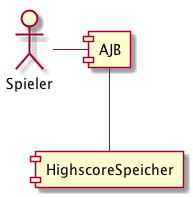
Above: Documentation/plantuml/FachlicheAbgrenzung.png in pfeilda/softwareengineeringProjekt (PlantUML), before the change. The source it was exported from:
```plantuml
@startuml

component AJB
actor Spieler

AJB -left- Spieler
component HighscoreSpeicher
AJB -- HighscoreSpeicher

@enduml
```
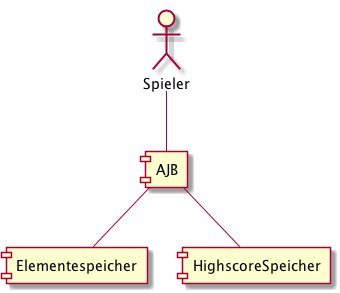
Later version of the same file.

Change to the diagram source:
```diff
@@ -1,10 +1,12 @@
 @startuml
 
 component AJB
+component Elementespeicher
 actor Spieler
+component HighscoreSpeicher
 
-AJB -left- Spieler
-component HighscoreSpeicher
+Spieler -- AJB
+AJB -- Elementespeicher
 AJB -- HighscoreSpeicher
 
 @enduml
```
